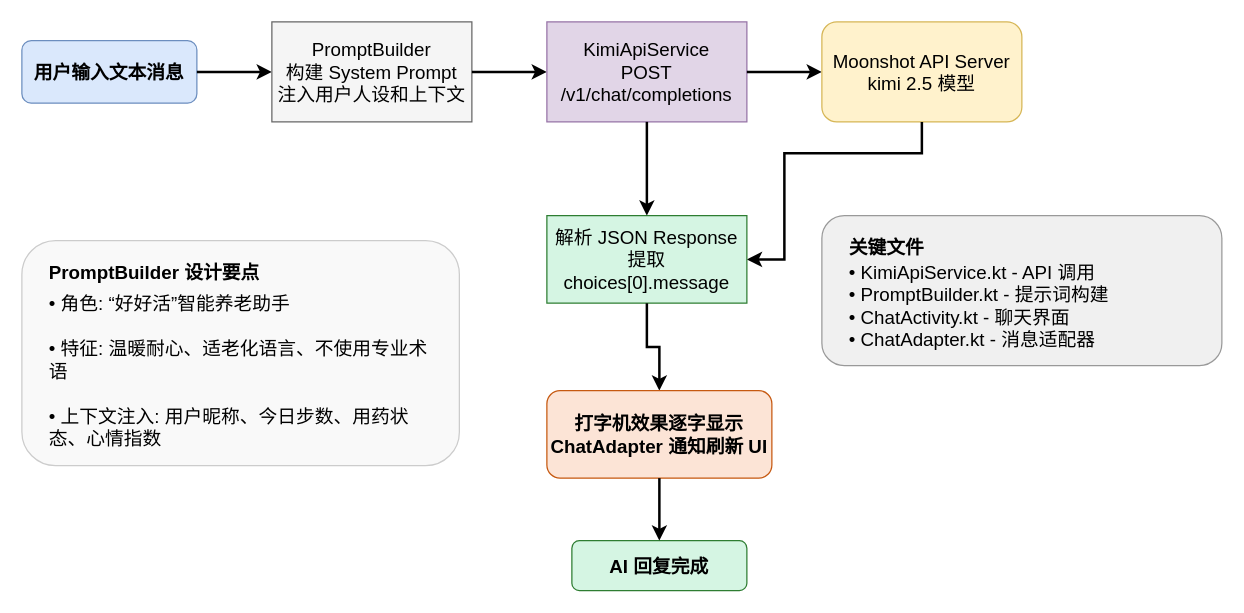
Qiu0106/GoodLife keeps this draw.io diagram as docs/algorithm_diagrams/algo4_ai_chat_flow.drawio. Above is the earlier version. Source tidied: cells renumbered, new cells numbered last; positions are measured from the earlier drawing's top-left corner, leaving out a move shared by most shapes. Both pictures are drawn from the tidied source at 125%, with x=0, y=0 at pixel (21, 21).
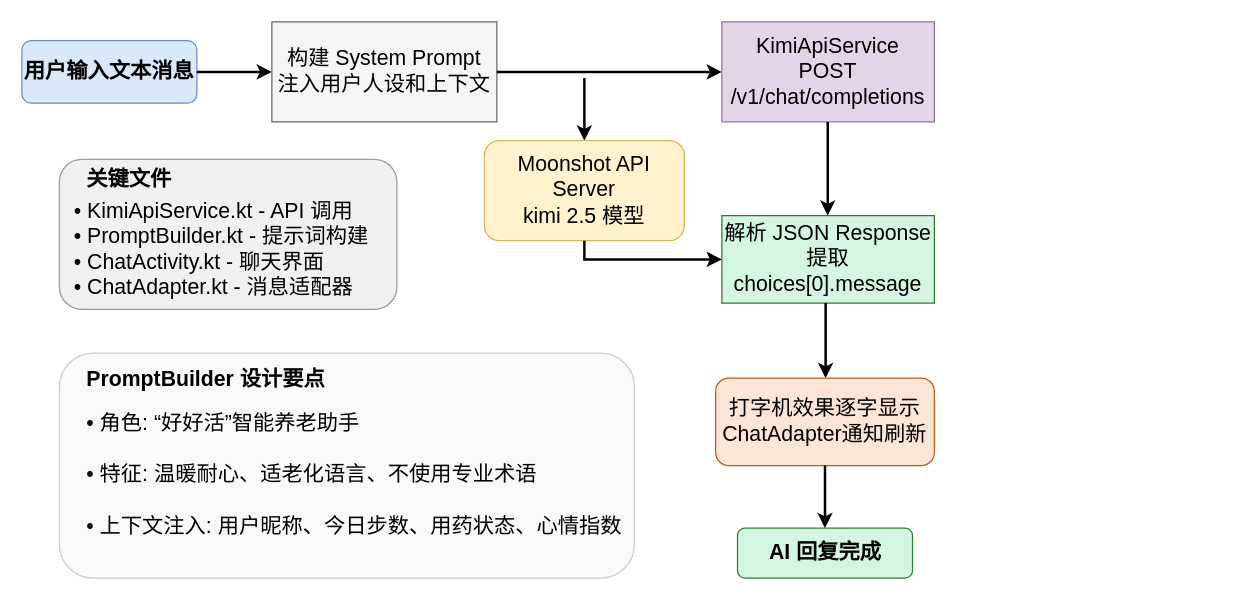
The same diagram, later.

Change to the diagram source:
```diff
@@
-    <mxCell id="2" value="用户输入文本消息" style="rounded=1;whiteSpace=wrap;html=1;fillColor=#dae8fc;strokeColor=#6c8ebf;fontSize=15;fontStyle=1;" parent="1" vertex="1">
+    <mxCell id="2" value="用户输入文本消息" style="rounded=1;whiteSpace=wrap;html=1;fillColor=#dae8fc;strokeColor=#6c8ebf;fontSize=17;fontStyle=1;" parent="1" vertex="1">
       <mxGeometry y="15" width="140" height="50" as="geometry" />
     </mxCell>
-    <mxCell id="3" style="edgeStyle=orthogonalEdgeStyle;rounded=0;jettySize=auto;html=1;strokeWidth=2;fontSize=15;" parent="1" edge="1" source="2" target="4">
+    <mxCell id="3" style="edgeStyle=orthogonalEdgeStyle;rounded=0;jettySize=auto;html=1;strokeWidth=2;fontSize=17;" parent="1" edge="1" source="2" target="4">
       <mxGeometry relative="1" as="geometry" />
     </mxCell>
-    <mxCell id="4" value="PromptBuilder&#10;构建 System Prompt&#10;注入用户人设和上下文" style="rounded=0;whiteSpace=wrap;html=1;fillColor=#f5f5f5;strokeColor=#666666;fontSize=15;" parent="1" vertex="1">
-      <mxGeometry x="200" width="160" height="80" as="geometry" />
+    <mxCell id="4" value="构建 System Prompt&lt;br&gt;注入用户人设和上下文" style="rounded=0;whiteSpace=wrap;html=1;fillColor=#f5f5f5;strokeColor=#666666;fontSize=17;" parent="1" vertex="1">
+      <mxGeometry x="200" width="180" height="80" as="geometry" />
     </mxCell>
-    <mxCell id="5" style="edgeStyle=orthogonalEdgeStyle;rounded=0;jettySize=auto;html=1;strokeWidth=2;fontSize=15;" parent="1" edge="1" source="4" target="6">
+    <mxCell id="5" style="edgeStyle=orthogonalEdgeStyle;rounded=0;jettySize=auto;html=1;strokeWidth=2;fontSize=17;" parent="1" edge="1" source="4" target="6">
       <mxGeometry relative="1" as="geometry" />
     </mxCell>
-    <mxCell id="6" value="KimiApiService&#10;POST /v1/chat/completions" style="rounded=0;whiteSpace=wrap;html=1;fillColor=#e1d5e7;strokeColor=#9673a6;fontSize=15;" parent="1" vertex="1">
-      <mxGeometry x="420" width="160" height="80" as="geometry" />
+    <mxCell id="6" value="KimiApiService&#10;POST /v1/chat/completions" style="rounded=0;whiteSpace=wrap;html=1;fillColor=#e1d5e7;strokeColor=#9673a6;fontSize=17;" parent="1" vertex="1">
+      <mxGeometry x="560" width="170" height="80" as="geometry" />
     </mxCell>
-    <mxCell id="7" style="edgeStyle=orthogonalEdgeStyle;rounded=0;jettySize=auto;html=1;strokeWidth=2;fontSize=15;" parent="1" edge="1" source="6" target="8">
-      <mxGeometry relative="1" as="geometry" />
+    <mxCell id="7" style="edgeStyle=orthogonalEdgeStyle;rounded=0;jettySize=auto;html=1;strokeWidth=2;fontSize=17;entryX=0.5;entryY=0;entryDx=0;entryDy=0;" parent="1" edge="1" target="8">
+      <mxGeometry relative="1" as="geometry">
+        <mxPoint x="450" y="45" as="sourcePoint" />
+        <Array as="points">
+          <mxPoint x="450" y="45" />
+          <mxPoint x="450" y="45" />
+        </Array>
+      </mxGeometry>
     </mxCell>
-    <mxCell id="8" value="Moonshot API Server&lt;br&gt;kimi 2.5 模型" style="rounded=1;whiteSpace=wrap;html=1;fillColor=#fff2cc;strokeColor=#d6b656;fontSize=15;" parent="1" vertex="1">
-      <mxGeometry x="640" width="160" height="80" as="geometry" />
+    <mxCell id="8" value="Moonshot API Server&lt;br&gt;kimi 2.5 模型" style="rounded=1;whiteSpace=wrap;html=1;fillColor=#fff2cc;strokeColor=#d6b656;fontSize=17;" parent="1" vertex="1">
+      <mxGeometry x="370" y="95" width="160" height="80" as="geometry" />
     </mxCell>
-    <mxCell id="9" style="edgeStyle=orthogonalEdgeStyle;rounded=0;jettySize=auto;html=1;strokeWidth=2;fontSize=15;" parent="1" edge="1" source="8" target="10">
+    <mxCell id="9" style="edgeStyle=orthogonalEdgeStyle;rounded=0;orthogonalLoop=1;jettySize=auto;html=1;strokeWidth=2;fontSize=17;entryX=0;entryY=0.5;entryDx=0;entryDy=0;" parent="1" edge="1">
       <mxGeometry relative="1" as="geometry">
+        <mxPoint x="450" y="175" as="sourcePoint" />
+        <mxPoint x="560" y="190" as="targetPoint" />
         <Array as="points">
-          <mxPoint x="720" y="105" />
-          <mxPoint x="610" y="105" />
-          <mxPoint x="610" y="190" />
+          <mxPoint x="450" y="175" />
+          <mxPoint x="450" y="190" />
         </Array>
       </mxGeometry>
     </mxCell>
-    <mxCell id="10" value="解析 JSON Response&#10;提取 choices[0].message" style="rounded=0;whiteSpace=wrap;html=1;fillColor=#d5f5e3;strokeColor=#2e7d32;fontSize=15;" parent="1" vertex="1">
-      <mxGeometry x="420" y="155" width="160" height="70" as="geometry" />
+    <mxCell id="10" value="解析 JSON Response&#10;提取 choices[0].message" style="rounded=0;whiteSpace=wrap;html=1;fillColor=#d5f5e3;strokeColor=#2e7d32;fontSize=17;" parent="1" vertex="1">
+      <mxGeometry x="560" y="155" width="170" height="70" as="geometry" />
     </mxCell>
-    <mxCell id="11" style="edgeStyle=orthogonalEdgeStyle;rounded=0;jettySize=auto;html=1;strokeWidth=2;fontSize=15;" parent="1" edge="1" source="10" target="12">
-      <mxGeometry relative="1" as="geometry" />
+    <mxCell id="11" style="edgeStyle=orthogonalEdgeStyle;rounded=0;jettySize=auto;html=1;strokeWidth=2;fontSize=17;" parent="1" edge="1" source="10" target="12">
+      <mxGeometry relative="1" as="geometry">
+        <Array as="points">
+          <mxPoint x="643" y="235" />
+          <mxPoint x="643" y="235" />
+        </Array>
+      </mxGeometry>
     </mxCell>
-    <mxCell id="12" value="打字机效果逐字显示&#10;ChatAdapter 通知刷新 UI" style="rounded=1;whiteSpace=wrap;html=1;fillColor=#fce4d6;strokeColor=#c65911;fontSize=15;fontStyle=1;" parent="1" vertex="1">
-      <mxGeometry x="420" y="295" width="180" height="70" as="geometry" />
+    <mxCell id="12" value="&lt;span style=&quot;font-weight: normal;&quot;&gt;打字机效果逐字显示&lt;br&gt;ChatAdapter通知刷新&lt;/span&gt;" style="rounded=1;whiteSpace=wrap;html=1;fillColor=#fce4d6;strokeColor=#c65911;fontSize=17;fontStyle=1;" parent="1" vertex="1">
+      <mxGeometry x="555" y="285" width="175" height="70" as="geometry" />
     </mxCell>
-    <mxCell id="13" value="AI 回复完成" style="rounded=1;whiteSpace=wrap;html=1;fillColor=#d5f5e3;strokeColor=#2e7d32;fontSize=15;fontStyle=1;" parent="1" vertex="1">
-      <mxGeometry x="440" y="415" width="140" height="40" as="geometry" />
+    <mxCell id="13" value="AI 回复完成" style="rounded=1;whiteSpace=wrap;html=1;fillColor=#d5f5e3;strokeColor=#2e7d32;fontSize=17;fontStyle=1;" parent="1" vertex="1">
+      <mxGeometry x="572.5" y="405" width="140" height="40" as="geometry" />
     </mxCell>
-    <mxCell id="14" style="edgeStyle=orthogonalEdgeStyle;rounded=0;jettySize=auto;html=1;strokeWidth=2;fontSize=15;" parent="1" edge="1" source="12" target="13">
-      <mxGeometry relative="1" as="geometry" />
+    <mxCell id="14" style="edgeStyle=orthogonalEdgeStyle;rounded=0;jettySize=auto;html=1;strokeWidth=2;fontSize=17;" parent="1" edge="1" target="13">
+      <mxGeometry relative="1" as="geometry">
+        <mxPoint x="642.5" y="355" as="sourcePoint" />
+        <Array as="points">
+          <mxPoint x="642.5" y="365" />
+          <mxPoint x="642.5" y="365" />
+        </Array>
+      </mxGeometry>
     </mxCell>
-    <mxCell id="15" style="edgeStyle=orthogonalEdgeStyle;rounded=0;orthogonalLoop=1;jettySize=auto;html=1;strokeWidth=2;fontSize=15;" parent="1" edge="1">
+    <mxCell id="15" style="edgeStyle=orthogonalEdgeStyle;rounded=0;orthogonalLoop=1;jettySize=auto;html=1;strokeWidth=2;fontSize=17;" parent="1" edge="1">
       <mxGeometry relative="1" as="geometry">
-        <mxPoint x="500" y="80" as="sourcePoint" />
-        <mxPoint x="500" y="155" as="targetPoint" />
+        <mxPoint x="644.7" y="80" as="sourcePoint" />
+        <mxPoint x="644.7" y="155" as="targetPoint" />
+        <Array as="points">
+          <mxPoint x="644.7" y="115" />
+          <mxPoint x="644.7" y="115" />
+        </Array>
       </mxGeometry>
     </mxCell>
-    <mxCell id="16" style="rounded=1;whiteSpace=wrap;html=1;fillColor=#f9f9f9;strokeColor=#cccccc;fontSize=15;" parent="1" vertex="1">
-      <mxGeometry y="175" width="350" height="180" as="geometry" />
+    <mxCell id="16" style="rounded=1;whiteSpace=wrap;html=1;fillColor=#f9f9f9;strokeColor=#cccccc;fontSize=17;" parent="1" vertex="1">
+      <mxGeometry x="30" y="265" width="460" height="180" as="geometry" />
     </mxCell>
-    <mxCell id="17" value="PromptBuilder 设计要点" style="text;html=1;strokeColor=none;fillColor=none;align=left;verticalAlign=top;whiteSpace=wrap;rounded=0;fontSize=15;fontStyle=1;" parent="1" vertex="1">
-      <mxGeometry x="20" y="185" width="200" height="20" as="geometry" />
+    <mxCell id="17" value="PromptBuilder 设计要点" style="text;html=1;strokeColor=none;fillColor=none;align=left;verticalAlign=top;whiteSpace=wrap;rounded=0;fontSize=17;fontStyle=1;" parent="1" vertex="1">
+      <mxGeometry x="50" y="270" width="200" height="20" as="geometry" />
     </mxCell>
-    <mxCell id="18" value="• 角色: “好好活”智能养老助手&#10;&#10;• 特征: 温暖耐心、适老化语言、不使用专业术语&#10;&#10;• 上下文注入: 用户昵称、今日步数、用药状态、心情指数" style="text;html=1;strokeColor=none;fillColor=none;align=left;verticalAlign=top;whiteSpace=wrap;rounded=0;fontSize=15;" parent="1" vertex="1">
-      <mxGeometry x="20" y="210" width="310" height="120" as="geometry" />
+    <mxCell id="18" value="• 角色: “好好活”智能养老助手&#10;&#10;• 特征: 温暖耐心、适老化语言、不使用专业术语&#10;&#10;• 上下文注入: 用户昵称、今日步数、用药状态、心情指数" style="text;html=1;strokeColor=none;fillColor=none;align=left;verticalAlign=top;whiteSpace=wrap;rounded=0;fontSize=17;" parent="1" vertex="1">
+      <mxGeometry x="50" y="305" width="440" height="120" as="geometry" />
     </mxCell>
-    <mxCell id="19" style="rounded=1;whiteSpace=wrap;html=1;fillColor=#f0f0f0;strokeColor=#999999;fontSize=15;" parent="1" vertex="1">
-      <mxGeometry x="640" y="155" width="320" height="120" as="geometry" />
+    <mxCell id="19" style="rounded=1;whiteSpace=wrap;html=1;fillColor=#f0f0f0;strokeColor=#999999;fontSize=17;" parent="1" vertex="1">
+      <mxGeometry x="30" y="110" width="270" height="120" as="geometry" />
     </mxCell>
-    <mxCell id="20" value="关键文件" style="text;html=1;strokeColor=none;fillColor=none;align=left;verticalAlign=top;whiteSpace=wrap;rounded=0;fontSize=15;fontStyle=1;" parent="1" vertex="1">
-      <mxGeometry x="660" y="165" width="100" height="20" as="geometry" />
+    <mxCell id="20" value="关键文件" style="text;html=1;strokeColor=none;fillColor=none;align=left;verticalAlign=top;whiteSpace=wrap;rounded=0;fontSize=17;fontStyle=1;" parent="1" vertex="1">
+      <mxGeometry x="50" y="110" width="100" height="30" as="geometry" />
     </mxCell>
-    <mxCell id="21" value="• KimiApiService.kt - API 调用&#10;• PromptBuilder.kt - 提示词构建&#10;• ChatActivity.kt - 聊天界面&#10;• ChatAdapter.kt - 消息适配器" style="text;html=1;strokeColor=none;fillColor=none;align=left;verticalAlign=top;whiteSpace=wrap;rounded=0;fontSize=15;" parent="1" vertex="1">
-      <mxGeometry x="660" y="185" width="280" height="70" as="geometry" />
+    <mxCell id="21" value="• KimiApiService.kt - API 调用&#10;• PromptBuilder.kt - 提示词构建&#10;• ChatActivity.kt - 聊天界面&#10;• ChatAdapter.kt - 消息适配器" style="text;html=1;strokeColor=none;fillColor=none;align=left;verticalAlign=top;whiteSpace=wrap;rounded=0;fontSize=17;" parent="1" vertex="1">
+      <mxGeometry x="40" y="135" width="280" height="70" as="geometry" />
     </mxCell>
```
